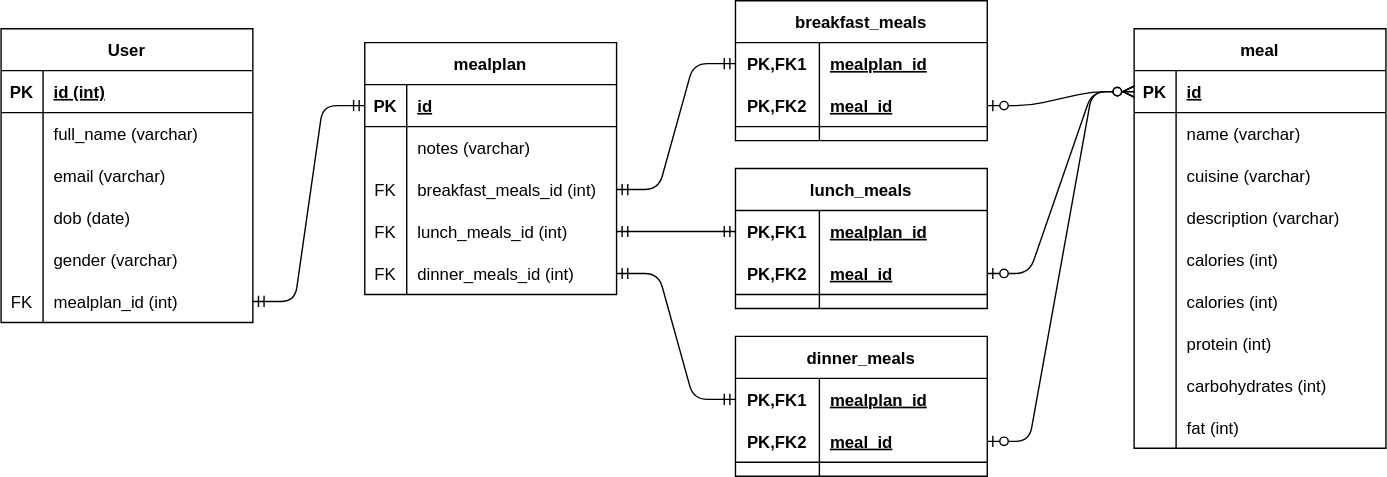
Before: docs/database/schema.drawio.svg, a diagram exported from draw.io (sam-don/mealplanner). Source tidied: cells renumbered, new cells last; positions are measured from the earlier drawing's top-left corner, leaving out a move shared by most shapes.
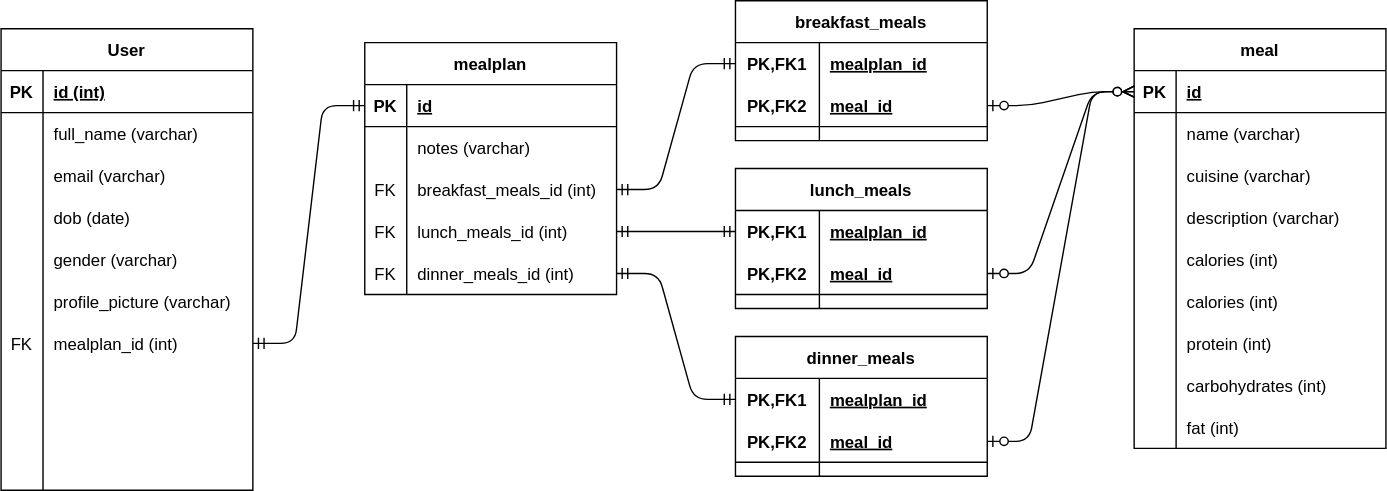
The same diagram one commit later.

Commit message:
Added brief paragraph on db schema

Change to the diagram source:
```diff
@@ -3,7 +3,7 @@
     <mxCell id="0" />
     <mxCell id="1" parent="0" />
     <mxCell id="2" value="User" style="shape=table;startSize=30;rowLines=0;fontStyle=1;align=center;" parent="1" vertex="1">
-      <mxGeometry y="20" width="180" height="210" as="geometry" />
+      <mxGeometry y="20" width="180" height="330" as="geometry" />
     </mxCell>
     <mxCell id="3" style="shape=partialRectangle;fillColor=none;top=0;left=0;bottom=1;right=0;" parent="2" vertex="1">
       <mxGeometry y="30" width="180" height="30" as="geometry" />
@@ -50,8 +50,17 @@
     <mxCell id="17" value="gender (varchar)" style="shape=partialRectangle;fillColor=none;top=0;left=0;bottom=0;right=0;align=left;spacingLeft=6;overflow=hidden;" parent="15" vertex="1">
       <mxGeometry x="30" width="150" height="30" as="geometry" />
     </mxCell>
+    <mxCell id="93" style="shape=partialRectangle;fillColor=none;top=0;left=0;bottom=0;right=0;" parent="2" vertex="1">
+      <mxGeometry y="180" width="180" height="30" as="geometry" />
+    </mxCell>
+    <mxCell id="94" style="shape=partialRectangle;fillColor=none;top=0;left=0;bottom=0;right=0;overflow=hidden;" parent="93" vertex="1">
+      <mxGeometry width="30" height="30" as="geometry" />
+    </mxCell>
+    <mxCell id="95" value="profile_picture (varchar)" style="shape=partialRectangle;fillColor=none;top=0;left=0;bottom=0;right=0;align=left;spacingLeft=6;overflow=hidden;" parent="93" vertex="1">
+      <mxGeometry x="30" width="150" height="30" as="geometry" />
+    </mxCell>
     <mxCell id="18" style="shape=partialRectangle;fillColor=none;top=0;left=0;bottom=0;right=0;points=[[0,0.5],[1,0.5]];portConstraint=eastwest;" parent="2" vertex="1">
-      <mxGeometry y="180" width="180" height="30" as="geometry" />
+      <mxGeometry y="210" width="180" height="30" as="geometry" />
     </mxCell>
     <mxCell id="19" value="FK" style="shape=partialRectangle;fillColor=none;top=0;left=0;bottom=0;right=0;overflow=hidden;" parent="18" vertex="1">
       <mxGeometry width="30" height="30" as="geometry" />
```
